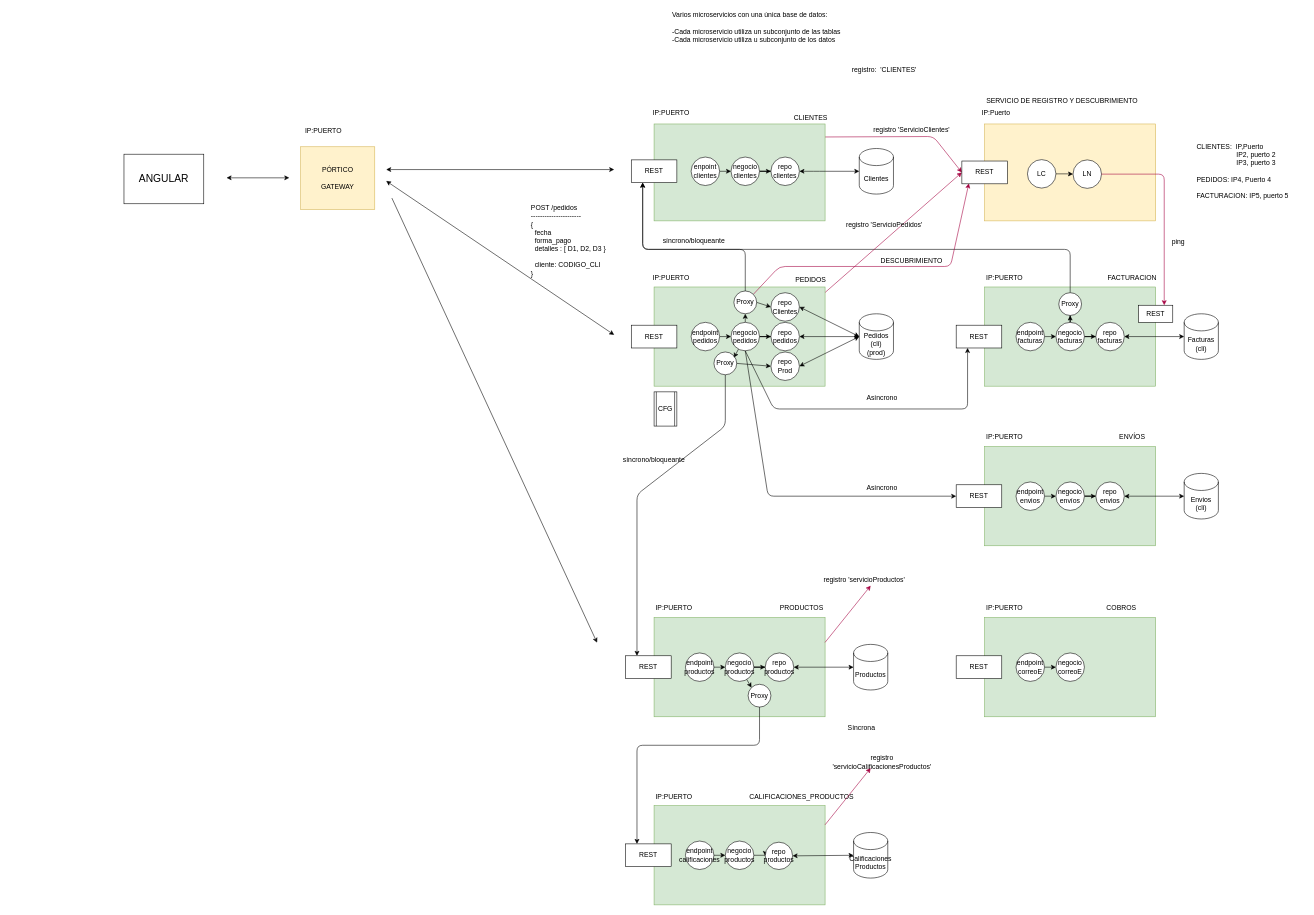
The draw.io diagram page "Página-10-Registro_y_Descubrimiento" (10 of 37) of patrones_2022_5.drawio in lrag/Patrones, before the edit. Source tidied: cells renumbered, new cells numbered last; positions are measured from the earlier drawing's top-left corner, leaving out a move shared by most shapes. Both pictures are drawn from the tidied source at 57%, with x=0, y=0 at pixel (124, 10).
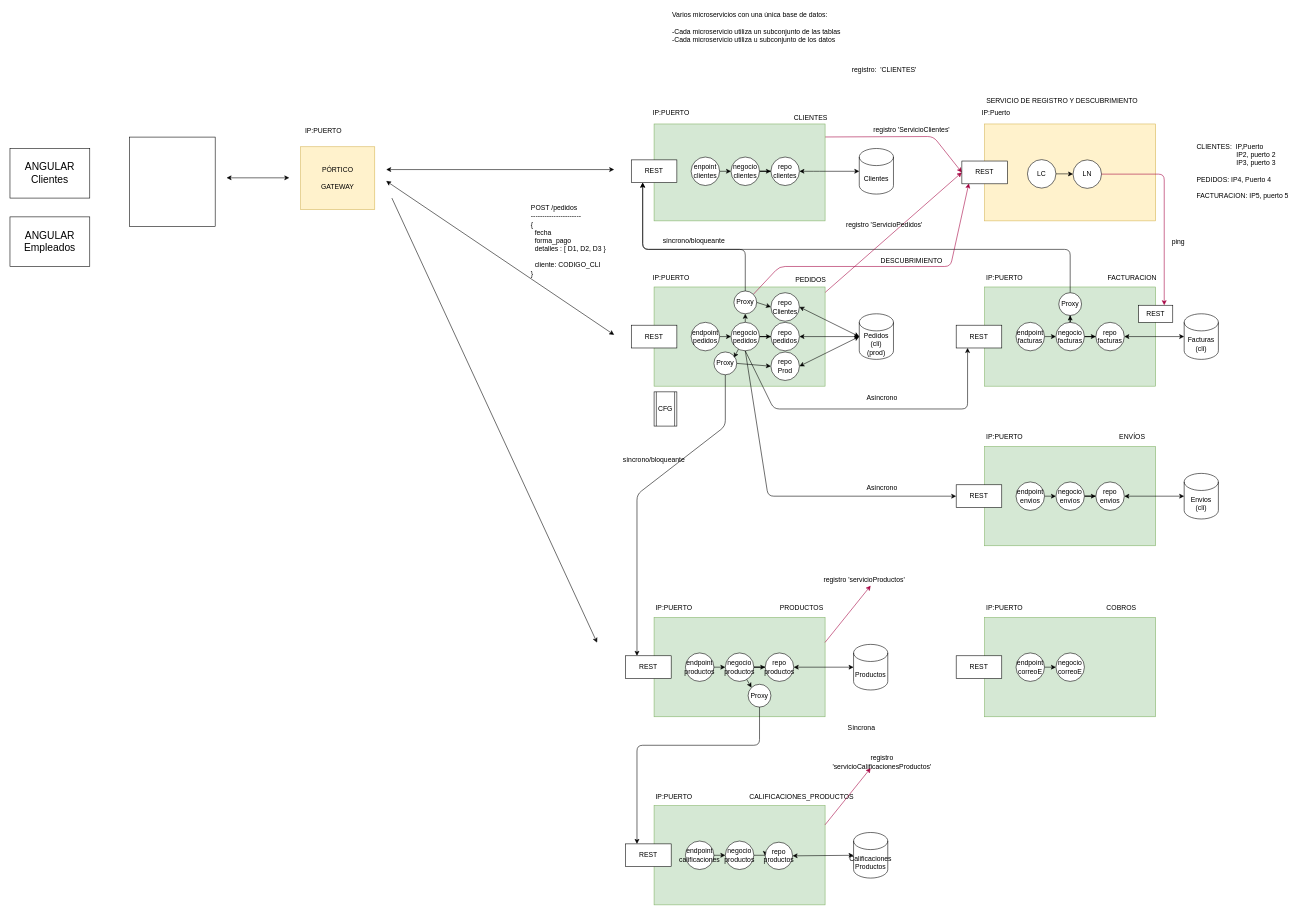
The same page after the edit.

Change to the diagram source:
```diff
@@
-    <mxCell id="120" value="ANGULAR" style="rounded=0;whiteSpace=wrap;html=1;fontSize=18;" parent="1" vertex="1">
-      <mxGeometry y="253" width="140" height="87" as="geometry" />
+    <mxCell id="120" value="ANGULAR&lt;br&gt;Clientes" style="rounded=0;whiteSpace=wrap;html=1;fontSize=18;" parent="1" vertex="1">
+      <mxGeometry x="-200" y="243" width="140" height="87" as="geometry" />
     </mxCell>
@@
+    <mxCell id="133" value="ANGULAR&lt;br&gt;Empleados" style="rounded=0;whiteSpace=wrap;html=1;fontSize=18;" parent="1" vertex="1">
+      <mxGeometry x="-200" y="363" width="140" height="87" as="geometry" />
+    </mxCell>
+    <mxCell id="134" style="rounded=0;whiteSpace=wrap;html=1;" parent="1" vertex="1">
+      <mxGeometry x="10" y="223" width="150" height="157" as="geometry" />
+    </mxCell>
```
